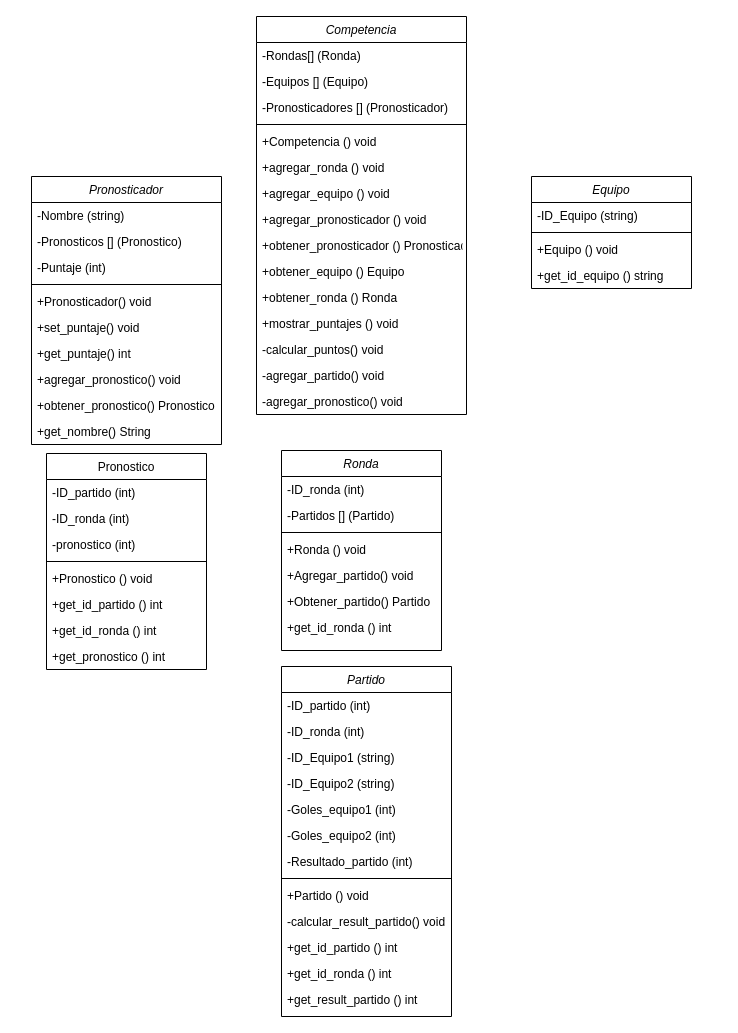
Earlier version of the draw.io diagram UML_Pronosticador_Deportivo.drawIO (gmenendez0/Pronosticador_Deportivo). Source tidied: cells renumbered, new cells numbered last; positions are measured from the earlier drawing's top-left corner, leaving out a move shared by most shapes. Both pictures are drawn from the tidied source at 100%, with x=0, y=0 at pixel (31, 16).
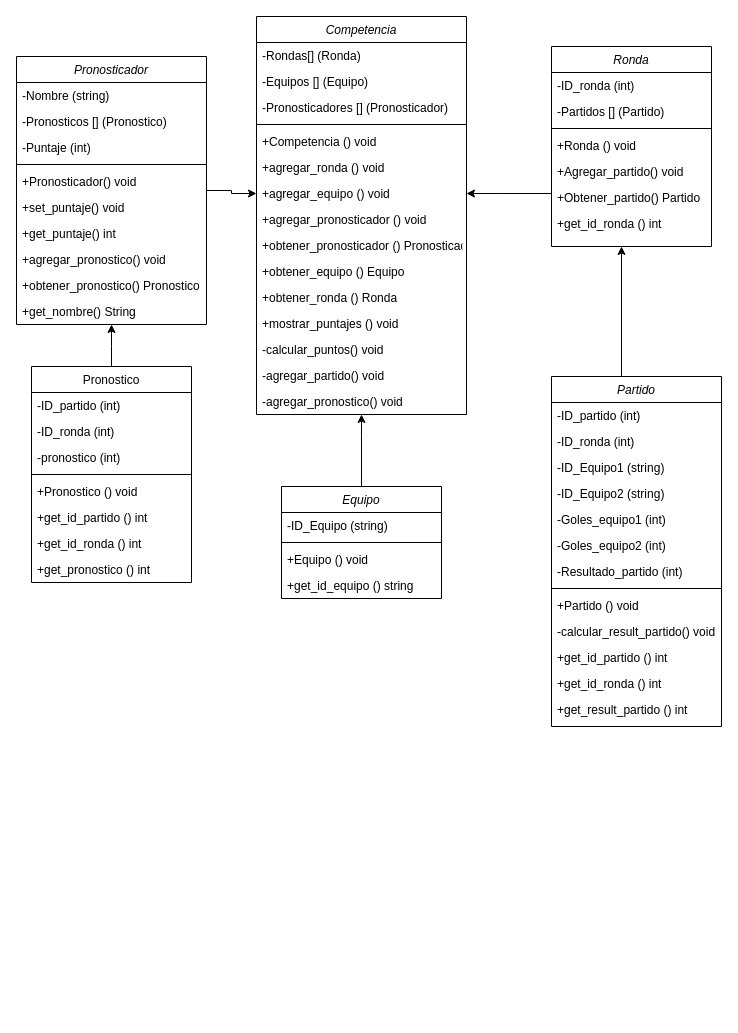
The same diagram, later.

Unchanged cells that the change refers to:
```xml
<mxCell id="12" value="+get_nombre() String" style="text;align=left;verticalAlign=top;spacingLeft=4;spacingRight=4;overflow=hidden;points=[[0,0.5],[1,0.5]];portConstraint=eastwest;rounded=0;shadow=0;html=0;" parent="2" vertex="1">
  <mxGeometry y="242" width="190" height="26" as="geometry" />
</mxCell>
<mxCell id="56" value="+agregar_equipo () void" style="text;align=left;verticalAlign=top;spacingLeft=4;spacingRight=4;overflow=hidden;points=[[0,0.5],[1,0.5]];portConstraint=eastwest;rounded=0;shadow=0;html=0;" parent="49" vertex="1">
  <mxGeometry y="164" width="210" height="26" as="geometry" />
</mxCell>
<mxCell id="64" value="-agregar_pronostico() void" style="text;align=left;verticalAlign=top;spacingLeft=4;spacingRight=4;overflow=hidden;points=[[0,0.5],[1,0.5]];portConstraint=eastwest;rounded=0;shadow=0;html=0;" parent="49" vertex="1">
  <mxGeometry y="372" width="210" height="26" as="geometry" />
</mxCell>
```

What changed in the source:
```diff
@@
+    <mxCell id="65" style="edgeStyle=orthogonalEdgeStyle;rounded=0;jettySize=auto;html=1;entryX=0;entryY=0.5;entryDx=0;entryDy=0;" parent="1" edge="1" source="2" target="56">
+      <mxGeometry relative="1" as="geometry">
+        <Array as="points">
+          <mxPoint x="200" y="174" />
+          <mxPoint x="200" y="177" />
+        </Array>
+      </mxGeometry>
+    </mxCell>
     <mxCell id="2" value="Pronosticador" style="swimlane;fontStyle=2;align=center;verticalAlign=top;horizontal=1;startSize=26;rounded=0;shadow=0;strokeWidth=1;" parent="1" vertex="1">
-      <mxGeometry y="160" width="190" height="268" as="geometry" />
+      <mxGeometry x="-15" y="40" width="190" height="268" as="geometry" />
     </mxCell>
@@
+    <mxCell id="66" style="edgeStyle=orthogonalEdgeStyle;rounded=0;jettySize=auto;html=1;" parent="1" edge="1" source="13" target="12">
+      <mxGeometry relative="1" as="geometry">
+        <Array as="points">
+          <mxPoint x="80" y="330" />
+          <mxPoint x="80" y="330" />
+        </Array>
+      </mxGeometry>
+    </mxCell>
     <mxCell id="13" value="Pronostico" style="swimlane;fontStyle=0;align=center;verticalAlign=top;horizontal=1;startSize=26;rounded=0;shadow=0;strokeWidth=1;" parent="1" vertex="1">
-      <mxGeometry x="15" y="437" width="160" height="216" as="geometry" />
+      <mxGeometry y="350" width="160" height="216" as="geometry" />
     </mxCell>
@@
+    <mxCell id="67" style="edgeStyle=orthogonalEdgeStyle;rounded=0;jettySize=auto;html=1;" parent="1" edge="1" source="22">
+      <mxGeometry relative="1" as="geometry">
+        <mxPoint x="590" y="230" as="targetPoint" />
+        <Array as="points">
+          <mxPoint x="590" y="230" />
+        </Array>
+      </mxGeometry>
+    </mxCell>
     <mxCell id="22" value="Partido" style="swimlane;fontStyle=2;align=center;verticalAlign=top;horizontal=1;startSize=26;rounded=0;shadow=0;strokeWidth=1;" parent="1" vertex="1">
-      <mxGeometry x="250" y="650" width="170" height="350" as="geometry" />
+      <mxGeometry x="520" y="360" width="170" height="350" as="geometry" />
     </mxCell>
@@
+    <mxCell id="68" style="edgeStyle=orthogonalEdgeStyle;rounded=0;jettySize=auto;html=1;" parent="1" edge="1" source="36" target="64">
+      <mxGeometry relative="1" as="geometry">
+        <Array as="points">
+          <mxPoint x="330" y="420" />
+          <mxPoint x="330" y="420" />
+        </Array>
+      </mxGeometry>
+    </mxCell>
     <mxCell id="36" value="Equipo" style="swimlane;fontStyle=2;align=center;verticalAlign=top;horizontal=1;startSize=26;rounded=0;shadow=0;strokeWidth=1;" parent="1" vertex="1">
-      <mxGeometry x="500" y="160" width="160" height="112" as="geometry" />
+      <mxGeometry x="250" y="470" width="160" height="112" as="geometry" />
     </mxCell>
@@
+    <mxCell id="69" style="edgeStyle=orthogonalEdgeStyle;rounded=0;jettySize=auto;html=1;" parent="1" edge="1" source="41" target="56">
+      <mxGeometry relative="1" as="geometry">
+        <Array as="points">
+          <mxPoint x="470" y="177" />
+          <mxPoint x="470" y="177" />
+        </Array>
+      </mxGeometry>
+    </mxCell>
     <mxCell id="41" value="Ronda" style="swimlane;fontStyle=2;align=center;verticalAlign=top;horizontal=1;startSize=26;rounded=0;shadow=0;strokeWidth=1;" parent="1" vertex="1">
-      <mxGeometry x="250" y="434" width="160" height="200" as="geometry" />
+      <mxGeometry x="520" y="30" width="160" height="200" as="geometry" />
     </mxCell>
```
